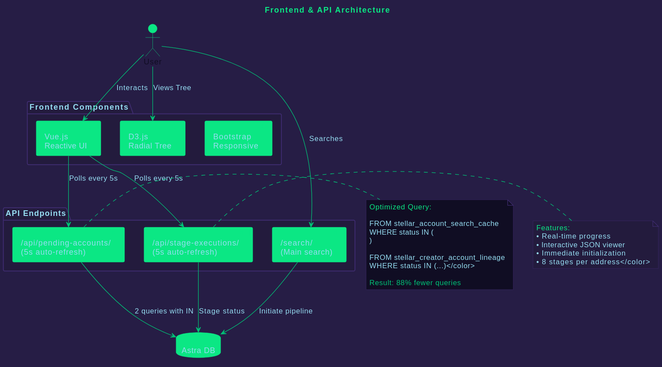
The PlantUML diagram diagrams/04_frontend_api.svg in areveur51/StellarMapWeb, before a commit.
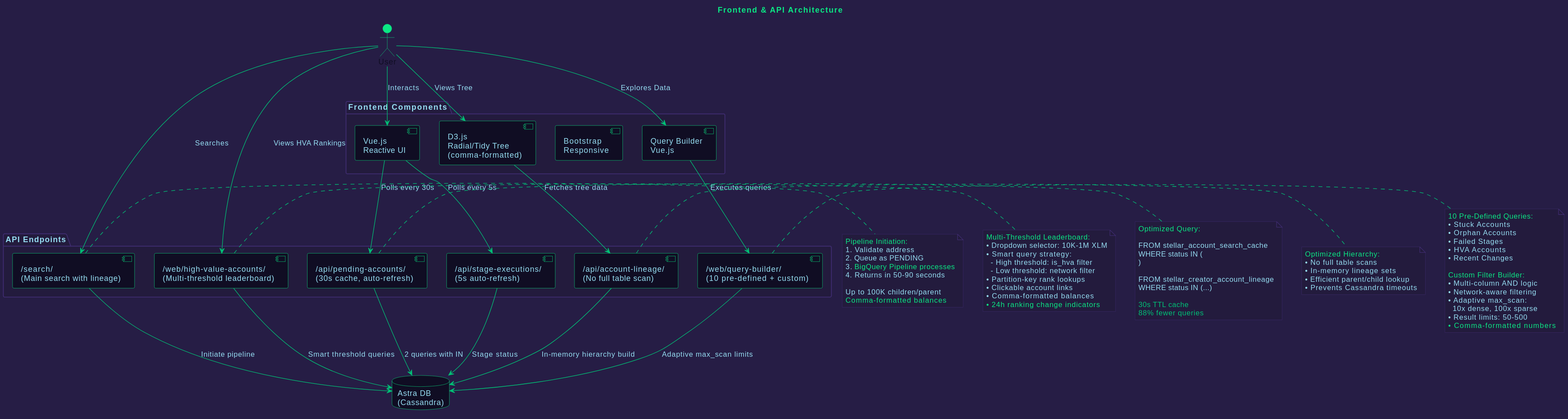
The same diagram one commit later.

Diff of the diagram source:
```diff
@@ -10,7 +10,7 @@
 }
 
 skinparam database {
-  BackgroundColor #032314
+  BackgroundColor #100D23
   BorderColor #0BE784
   FontColor #96DDF2
 }
@@ -28,56 +28,110 @@
 }
 
 skinparam note {
-  BackgroundColor #100D23
+  BackgroundColor #231B3D
   BorderColor #3f2c70
   FontColor #96DDF2
 }
 
-title <color:#0BE784>Frontend & API Architecture</color>
+title <color:#0BE784>Frontend & API Architecture
 
 actor User #0BE784
 
 package "Frontend Components" #231B3D {
-  component "Vue.js\nReactive UI" as Vue #0BE784
-  component "D3.js\nRadial Tree" as D3 #0BE784
-  component "Bootstrap\nResponsive" as Bootstrap #0BE784
+  component "Vue.js\nReactive UI" as Vue
+  component "D3.js\nRadial/Tidy Tree\n(comma-formatted)" as D3
+  component "Bootstrap\nResponsive" as Bootstrap
+  component "Query Builder\nVue.js" as QueryBuilder
 }
 
 package "API Endpoints" #231B3D {
-  component "/api/pending-accounts/\n(5s auto-refresh)" as PendingAPI #0BE784
-  component "/api/stage-executions/\n(5s auto-refresh)" as StagesAPI #0BE784
-  component "/search/\n(Main search)" as SearchAPI #0BE784
+  component "/api/pending-accounts/\n(30s cache, auto-refresh)" as PendingAPI
+  component "/api/stage-executions/\n(5s auto-refresh)" as StagesAPI
+  component "/search/\n(Main search with lineage)" as SearchAPI
+  component "/web/high-value-accounts/\n(Multi-threshold leaderboard)" as HVAAPI
+  component "/web/query-builder/\n(10 pre-defined + custom)" as QueryBuilderAPI
+  component "/api/account-lineage/\n(No full table scan)" as LineageAPI
 }
 
-database "Astra DB" as DB #0BE784
+database "Astra DB\n(Cassandra)" as DB
 
 User -[#01C176]-> Vue : "Interacts"
 User -[#01C176]-> D3 : "Views Tree"
-Vue -[#01C176]-> PendingAPI : "Polls every 5s"
+User -[#01C176]-> QueryBuilder : "Explores Data"
+
+Vue -[#01C176]-> PendingAPI : "Polls every 30s"
 Vue -[#01C176]-> StagesAPI : "Polls every 5s"
 User -[#01C176]-> SearchAPI : "Searches"
+User -[#01C176]-> HVAAPI : "Views HVA Rankings"
+QueryBuilder -[#01C176]-> QueryBuilderAPI : "Executes queries"
+D3 -[#01C176]-> LineageAPI : "Fetches tree data"
+
 PendingAPI -[#01C176]-> DB : "2 queries with IN"
 StagesAPI -[#01C176]-> DB : "Stage status"
 SearchAPI -[#01C176]-> DB : "Initiate pipeline"
+HVAAPI -[#01C176]-> DB : "Smart threshold queries"
+QueryBuilderAPI -[#01C176]-> DB : "Adaptive max_scan limits"
+LineageAPI -[#01C176]-> DB : "In-memory hierarchy build"
 
-note right of PendingAPI #100D23
-  <color:#0BE784>Optimized Query:</color>
+note right of PendingAPI #231B3D
+  <color:#0BE784>Optimized Query:
 
   <color:#96DDF2>FROM stellar_account_search_cache
   WHERE status IN (
   )
 
-  FROM stellar_creator_account_lineage
-  WHERE status IN (...)</color>
+  <color:#96DDF2>FROM stellar_creator_account_lineage
+  WHERE status IN (...)
 
-  <color:#01C176>Result: 88% fewer queries</color>
+  <color:#01C176>30s TTL cache
+  <color:#01C176>88% fewer queries
 end note
 
-note right of StagesAPI #231B3D
-  <color:#0BE784>Features:</color>
-  <color:#96DDF2>• Real-time progress
-  • Interactive JSON viewer
-  • Immediate initialization
-  • 8 stages per address</color>
+note right of SearchAPI #231B3D
+  <color:#0BE784>Pipeline Initiation:
+  <color:#96DDF2>1. Validate address
+  2. Queue as PENDING
+  3. <color:#0BE784>BigQuery Pipeline processes
+  <color:#96DDF2>4. Returns in 50-90 seconds
+
+  <color:#96DDF2>Up to 100K children/parent
+  <color:#0BE784>Comma-formatted balances
+end note
+
+note right of HVAAPI #231B3D
+  <color:#0BE784>Multi-Threshold Leaderboard:
+  <color:#96DDF2>• Dropdown selector: 10K-1M XLM
+  <color:#96DDF2>• Smart query strategy:
+  <color:#96DDF2>  - High threshold: is_hva filter
+  <color:#96DDF2>  - Low threshold: network filter
+  <color:#96DDF2>• Partition-key rank lookups
+  <color:#96DDF2>• Clickable account links
+  <color:#96DDF2>• Comma-formatted balances
+  <color:#0BE784>• 24h ranking change indicators
+end note
+
+note right of QueryBuilderAPI #231B3D
+  <color:#0BE784>10 Pre-Defined Queries:
+  <color:#96DDF2>• Stuck Accounts
+  <color:#96DDF2>• Orphan Accounts
+  <color:#96DDF2>• Failed Stages
+  <color:#96DDF2>• HVA Accounts
+  <color:#96DDF2>• Recent Changes
+
+  <color:#0BE784>Custom Filter Builder:
+  <color:#96DDF2>• Multi-column AND logic
+  <color:#96DDF2>• Network-aware filtering
+  <color:#96DDF2>• Adaptive max_scan:
+  <color:#96DDF2>  10x dense, 100x sparse
+  <color:#96DDF2>• Result limits: 50-500
+  <color:#0BE784>• Comma-formatted numbers
+end note
+
+note right of LineageAPI #231B3D
+  <color:#0BE784>Optimized Hierarchy:
+  <color:#96DDF2>• No full table scans
+  <color:#96DDF2>• In-memory lineage sets
+  <color:#96DDF2>• Efficient parent/child lookup
+  <color:#96DDF2>• Prevents Cassandra timeouts
 end note
 @enduml
```
